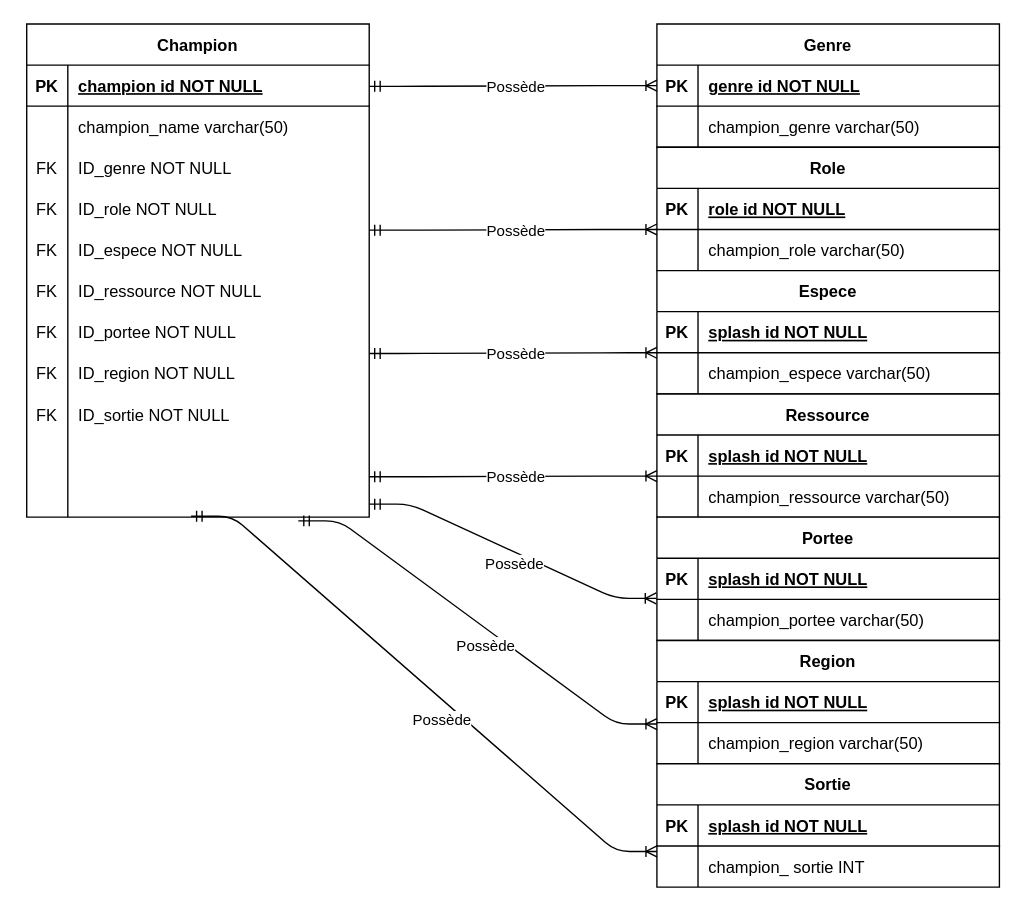
CamilleSimon/BTS2-CIEL-IR-MCD-2024-2025 keeps this draw.io diagram as Diagramme sans nom.drawio. Above is the earlier version. Source tidied: cells renumbered, new cells numbered last; positions are measured from the earlier drawing's top-left corner, leaving out a move shared by most shapes. Both pictures are drawn from the tidied source at 137%, with x=0, y=0 at pixel (26, 23).
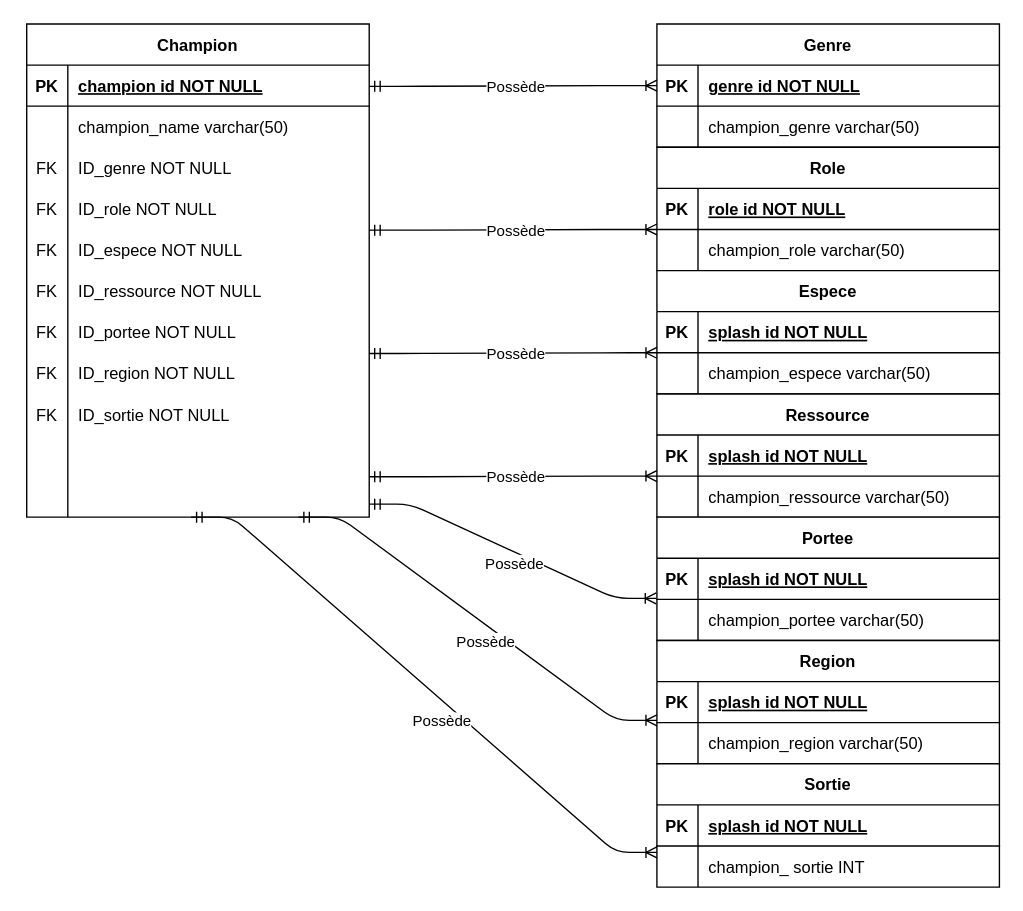
The same page after the edit.

Commit message (it also covers changes not shown here):
Mettre à jour Diagramme sans nom.drawio

Unchanged cells that the change refers to:
```xml
<mxCell id="33" style="shape=partialRectangle;fillColor=none;points=[[0,0.5],[1,0.5]];portConstraint=eastwest;top=0;left=0;right=0;bottom=0;" parent="2" vertex="1">
  <mxGeometry y="330" width="250" height="30" as="geometry" />
</mxCell>
```

The edit, as a diff of the source:
```diff
@@
-    <mxCell id="97" style="edgeStyle=entityRelationEdgeStyle;endArrow=ERoneToMany;startArrow=ERmandOne;endFill=0;startFill=0;exitX=0.793;exitY=1.09;exitDx=0;exitDy=0;exitPerimeter=0;" parent="1" edge="1" source="33">
+    <mxCell id="97" style="edgeStyle=entityRelationEdgeStyle;endArrow=ERoneToMany;startArrow=ERmandOne;endFill=0;startFill=0;exitX=0.793;exitY=1.09;exitDx=0;exitDy=0;exitPerimeter=0;" parent="1" edge="1">
       <mxGeometry relative="1" as="geometry">
-        <mxPoint x="460" y="511" as="targetPoint" />
+        <mxPoint x="198.3" y="360" as="sourcePoint" />
+        <mxPoint x="460" y="508.3" as="targetPoint" />
         <Array as="points">
-          <mxPoint x="300" y="495" />
+          <mxPoint x="300" y="492.3" />
         </Array>
       </mxGeometry>
     </mxCell>
@@
     <mxCell id="99" style="edgeStyle=entityRelationEdgeStyle;endArrow=ERoneToMany;startArrow=ERmandOne;endFill=0;startFill=0;" parent="1" edge="1">
       <mxGeometry relative="1" as="geometry">
-        <mxPoint x="120" y="359.3" as="sourcePoint" />
-        <mxPoint x="460" y="604" as="targetPoint" />
+        <mxPoint x="120" y="360" as="sourcePoint" />
+        <mxPoint x="460" y="604.7" as="targetPoint" />
         <Array as="points">
-          <mxPoint x="210" y="373.8" />
+          <mxPoint x="210" y="374.5" />
         </Array>
       </mxGeometry>
     </mxCell>
```
